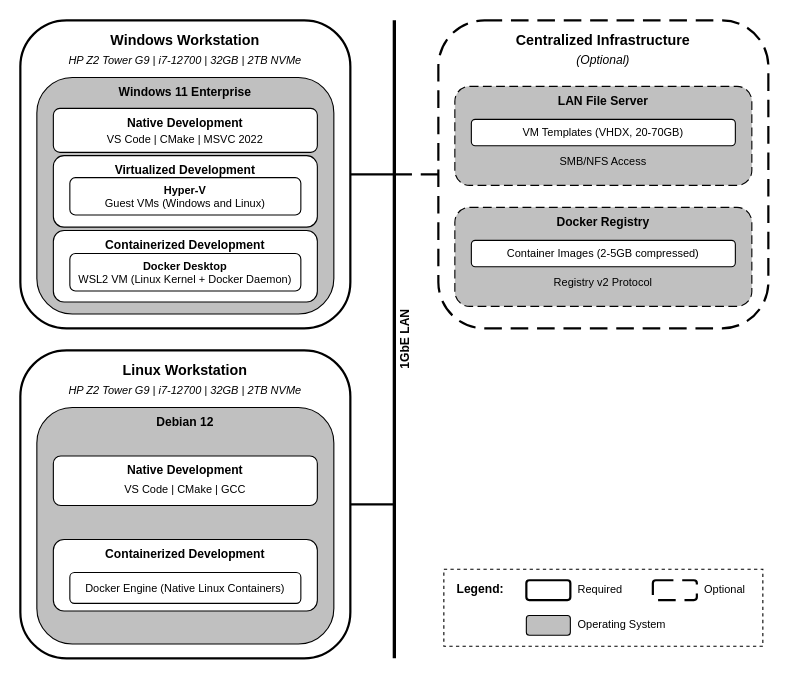
andygruber/master-thesis-mcce keeps this draw.io diagram as figures/physical-architecture.drawio. Above is the earlier version. Source tidied: cells renumbered, new cells numbered last; positions are measured from the earlier drawing's top-left corner, leaving out a move shared by most shapes. Both pictures are drawn from the tidied source at 110%, with x=0, y=0 at pixel (20, 20).
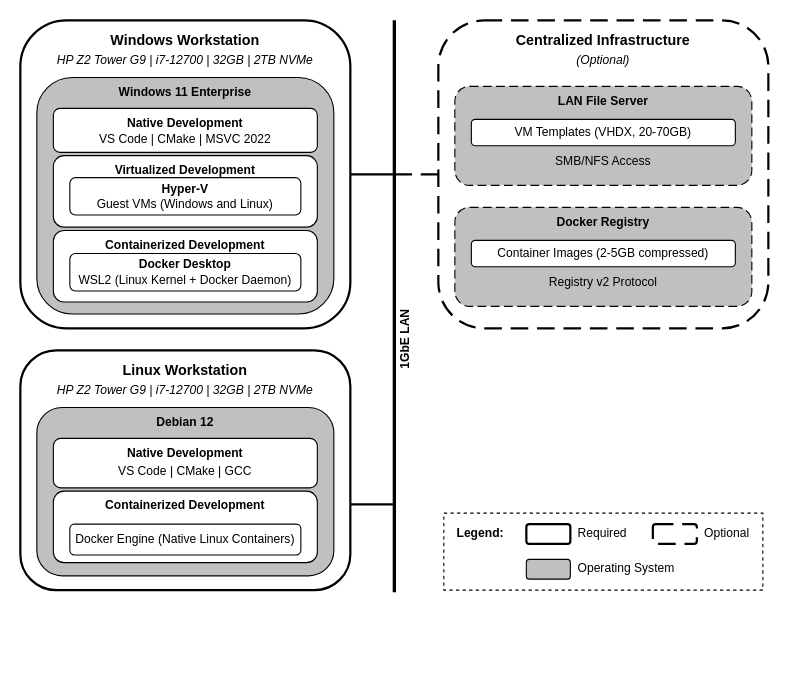
After the change.

Diff of the diagram source:
```diff
@@
-    <mxCell id="4" value="HP Z2 Tower G9 | i7-12700 | 32GB | 2TB NVMe" style="text;html=1;strokeColor=none;fillColor=none;align=center;verticalAlign=middle;whiteSpace=wrap;rounded=0;fontSize=10;fontStyle=2;" parent="1" vertex="1">
+    <mxCell id="4" value="HP Z2 Tower G9 | i7-12700 | 32GB | 2TB NVMe" style="text;html=1;strokeColor=none;fillColor=none;align=center;verticalAlign=middle;whiteSpace=wrap;rounded=0;fontSize=11;fontStyle=2;" parent="1" vertex="1">
       <mxGeometry y="28" width="300" height="16" as="geometry" />
     </mxCell>
@@
-    <mxCell id="7" value="VS Code | CMake | MSVC 2022" style="text;html=1;strokeColor=none;fillColor=none;align=center;verticalAlign=middle;whiteSpace=wrap;rounded=0;fontSize=10;" parent="1" vertex="1">
+    <mxCell id="7" value="VS Code | CMake | MSVC 2022" style="text;html=1;strokeColor=none;fillColor=none;align=center;verticalAlign=middle;whiteSpace=wrap;rounded=0;fontSize=11;" parent="1" vertex="1">
       <mxGeometry x="30" y="98" width="240" height="20" as="geometry" />
     </mxCell>
@@
-    <mxCell id="9" value="&lt;div&gt;&lt;span style=&quot;font-weight: 700;&quot;&gt;Docker Desktop&lt;/span&gt;&lt;/div&gt;WSL2 VM (Linux Kernel + Docker Daemon)" style="rounded=1;whiteSpace=wrap;html=1;fillColor=#FFFFFF;strokeColor=#000000;fontSize=10;" parent="1" vertex="1">
+    <mxCell id="9" value="&lt;div&gt;&lt;span style=&quot;font-weight: 700;&quot;&gt;Docker Desktop&lt;/span&gt;&lt;/div&gt;WSL2 (Linux Kernel + Docker Daemon)" style="rounded=1;whiteSpace=wrap;html=1;fillColor=#FFFFFF;strokeColor=#000000;fontSize=11;" parent="1" vertex="1">
       <mxGeometry x="45" y="212" width="210" height="34" as="geometry" />
     </mxCell>
     <mxCell id="10" style="rounded=1;whiteSpace=wrap;html=1;fillColor=#FFFFFF;strokeColor=#000000;strokeWidth=2;" parent="1" vertex="1">
-      <mxGeometry y="300" width="300" height="280" as="geometry" />
+      <mxGeometry y="300" width="300" height="218" as="geometry" />
     </mxCell>
@@
-    <mxCell id="12" value="HP Z2 Tower G9 | i7-12700 | 32GB | 2TB NVMe" style="text;html=1;strokeColor=none;fillColor=none;align=center;verticalAlign=middle;whiteSpace=wrap;rounded=0;fontSize=10;fontStyle=2;" parent="1" vertex="1">
+    <mxCell id="12" value="HP Z2 Tower G9 | i7-12700 | 32GB | 2TB NVMe" style="text;html=1;strokeColor=none;fillColor=none;align=center;verticalAlign=middle;whiteSpace=wrap;rounded=0;fontSize=11;fontStyle=2;" parent="1" vertex="1">
       <mxGeometry y="328" width="300" height="16" as="geometry" />
     </mxCell>
     <mxCell id="13" value="Debian 12" style="rounded=1;whiteSpace=wrap;html=1;fillColor=#C0C0C0;strokeColor=#000000;fontSize=11;fontStyle=1;verticalAlign=top;align=center;" parent="1" vertex="1">
-      <mxGeometry x="15" y="352" width="270" height="215" as="geometry" />
+      <mxGeometry x="15" y="352" width="270" height="153" as="geometry" />
     </mxCell>
     <mxCell id="14" value="Native Development" style="rounded=1;whiteSpace=wrap;html=1;fillColor=#FFFFFF;strokeColor=#000000;fontSize=11;fontStyle=1;verticalAlign=top;align=center;" parent="1" vertex="1">
-      <mxGeometry x="30" y="396" width="240" height="45" as="geometry" />
+      <mxGeometry x="30" y="380" width="240" height="45" as="geometry" />
     </mxCell>
-    <mxCell id="15" value="VS Code | CMake | GCC" style="text;html=1;strokeColor=none;fillColor=none;align=center;verticalAlign=middle;whiteSpace=wrap;rounded=0;fontSize=10;" parent="1" vertex="1">
-      <mxGeometry x="30" y="416" width="240" height="20" as="geometry" />
+    <mxCell id="15" value="VS Code | CMake | GCC" style="text;html=1;strokeColor=none;fillColor=none;align=center;verticalAlign=middle;whiteSpace=wrap;rounded=0;fontSize=11;" parent="1" vertex="1">
+      <mxGeometry x="30" y="400" width="240" height="20" as="geometry" />
     </mxCell>
     <mxCell id="16" value="Containerized Development" style="rounded=1;whiteSpace=wrap;html=1;fillColor=#FFFFFF;strokeColor=#000000;fontSize=11;fontStyle=1;verticalAlign=top;align=center;" parent="1" vertex="1">
-      <mxGeometry x="30" y="472" width="240" height="65" as="geometry" />
+      <mxGeometry x="30" y="428" width="240" height="65" as="geometry" />
     </mxCell>
-    <mxCell id="17" value="Docker Engine (Native Linux Containers)" style="rounded=1;whiteSpace=wrap;html=1;fillColor=#FFFFFF;strokeColor=#000000;fontSize=10;" parent="1" vertex="1">
-      <mxGeometry x="45" y="502" width="210" height="28" as="geometry" />
+    <mxCell id="17" value="Docker Engine (Native Linux Containers)" style="rounded=1;whiteSpace=wrap;html=1;fillColor=#FFFFFF;strokeColor=#000000;fontSize=11;" parent="1" vertex="1">
+      <mxGeometry x="45" y="458" width="210" height="28" as="geometry" />
     </mxCell>
@@
-    <mxCell id="22" value="VM Templates (VHDX, 20-70GB)" style="rounded=1;whiteSpace=wrap;html=1;fillColor=#FFFFFF;strokeColor=#000000;fontSize=10;" parent="1" vertex="1">
+    <mxCell id="22" value="VM Templates (VHDX, 20-70GB)" style="rounded=1;whiteSpace=wrap;html=1;fillColor=#FFFFFF;strokeColor=#000000;fontSize=11;" parent="1" vertex="1">
       <mxGeometry x="410" y="90" width="240" height="24" as="geometry" />
     </mxCell>
-    <mxCell id="23" value="SMB/NFS Access" style="text;html=1;strokeColor=none;fillColor=none;align=center;verticalAlign=middle;whiteSpace=wrap;rounded=0;fontSize=10;" parent="1" vertex="1">
+    <mxCell id="23" value="SMB/NFS Access" style="text;html=1;strokeColor=none;fillColor=none;align=center;verticalAlign=middle;whiteSpace=wrap;rounded=0;fontSize=11;" parent="1" vertex="1">
       <mxGeometry x="410" y="118" width="240" height="20" as="geometry" />
     </mxCell>
@@
-    <mxCell id="25" value="Container Images (2-5GB compressed)" style="rounded=1;whiteSpace=wrap;html=1;fillColor=#FFFFFF;strokeColor=#000000;fontSize=10;" parent="1" vertex="1">
+    <mxCell id="25" value="Container Images (2-5GB compressed)" style="rounded=1;whiteSpace=wrap;html=1;fillColor=#FFFFFF;strokeColor=#000000;fontSize=11;" parent="1" vertex="1">
       <mxGeometry x="410" y="200" width="240" height="24" as="geometry" />
     </mxCell>
-    <mxCell id="26" value="Registry v2 Protocol" style="text;html=1;strokeColor=none;fillColor=none;align=center;verticalAlign=middle;whiteSpace=wrap;rounded=0;fontSize=10;" parent="1" vertex="1">
+    <mxCell id="26" value="Registry v2 Protocol" style="text;html=1;strokeColor=none;fillColor=none;align=center;verticalAlign=middle;whiteSpace=wrap;rounded=0;fontSize=11;" parent="1" vertex="1">
       <mxGeometry x="410" y="228" width="240" height="20" as="geometry" />
     </mxCell>
     <mxCell id="27" style="endArrow=none;html=1;strokeWidth=3;strokeColor=#000000;" parent="1" edge="1">
       <mxGeometry relative="1" as="geometry">
-        <mxPoint x="340" y="580" as="sourcePoint" />
+        <mxPoint x="340" y="520" as="sourcePoint" />
         <mxPoint x="340" as="targetPoint" />
       </mxGeometry>
     </mxCell>
@@
     <mxCell id="32" style="rounded=0;whiteSpace=wrap;html=1;fillColor=none;strokeColor=#000000;dashed=1;" parent="1" vertex="1">
-      <mxGeometry x="385" y="499" width="290" height="70" as="geometry" />
+      <mxGeometry x="385" y="448" width="290" height="70" as="geometry" />
     </mxCell>
     <mxCell id="33" value="Legend:" style="text;html=1;strokeColor=none;fillColor=none;align=left;verticalAlign=middle;whiteSpace=wrap;rounded=0;fontSize=11;fontStyle=1;" parent="1" vertex="1">
-      <mxGeometry x="395" y="507" width="55" height="20" as="geometry" />
+      <mxGeometry x="395" y="456" width="55" height="20" as="geometry" />
     </mxCell>
     <mxCell id="34" style="rounded=1;whiteSpace=wrap;html=1;fillColor=#FFFFFF;strokeColor=#000000;strokeWidth=2;" parent="1" vertex="1">
-      <mxGeometry x="460" y="509" width="40" height="18" as="geometry" />
+      <mxGeometry x="460" y="458" width="40" height="18" as="geometry" />
     </mxCell>
-    <mxCell id="35" value="Required" style="text;html=1;strokeColor=none;fillColor=none;align=left;verticalAlign=middle;whiteSpace=wrap;rounded=0;fontSize=10;" parent="1" vertex="1">
-      <mxGeometry x="505" y="507" width="55" height="20" as="geometry" />
+    <mxCell id="35" value="Required" style="text;html=1;strokeColor=none;fillColor=none;align=left;verticalAlign=middle;whiteSpace=wrap;rounded=0;fontSize=11;" parent="1" vertex="1">
+      <mxGeometry x="505" y="456" width="55" height="20" as="geometry" />
     </mxCell>
     <mxCell id="36" style="rounded=1;whiteSpace=wrap;html=1;fillColor=#FFFFFF;strokeColor=#000000;strokeWidth=2;dashed=1;dashPattern=8 4;" parent="1" vertex="1">
-      <mxGeometry x="575" y="509" width="40" height="18" as="geometry" />
+      <mxGeometry x="575" y="458" width="40" height="18" as="geometry" />
     </mxCell>
-    <mxCell id="37" value="Optional" style="text;html=1;strokeColor=none;fillColor=none;align=left;verticalAlign=middle;whiteSpace=wrap;rounded=0;fontSize=10;" parent="1" vertex="1">
-      <mxGeometry x="620" y="507" width="55" height="20" as="geometry" />
+    <mxCell id="37" value="Optional" style="text;html=1;strokeColor=none;fillColor=none;align=left;verticalAlign=middle;whiteSpace=wrap;rounded=0;fontSize=11;" parent="1" vertex="1">
+      <mxGeometry x="620" y="456" width="55" height="20" as="geometry" />
     </mxCell>
     <mxCell id="38" style="rounded=1;whiteSpace=wrap;html=1;fillColor=#C0C0C0;strokeColor=#000000;" parent="1" vertex="1">
-      <mxGeometry x="460" y="541" width="40" height="18" as="geometry" />
+      <mxGeometry x="460" y="490" width="40" height="18" as="geometry" />
     </mxCell>
-    <mxCell id="39" value="Operating System" style="text;html=1;strokeColor=none;fillColor=none;align=left;verticalAlign=middle;whiteSpace=wrap;rounded=0;fontSize=10;" parent="1" vertex="1">
-      <mxGeometry x="505" y="539" width="100" height="20" as="geometry" />
+    <mxCell id="39" value="Operating System" style="text;html=1;strokeColor=none;fillColor=none;align=left;verticalAlign=middle;whiteSpace=wrap;rounded=0;fontSize=11;" parent="1" vertex="1">
+      <mxGeometry x="505" y="488" width="100" height="20" as="geometry" />
     </mxCell>
@@
-    <mxCell id="41" value="&lt;div&gt;&lt;span style=&quot;font-weight: 700;&quot;&gt;Hyper-V&lt;/span&gt;&lt;/div&gt;Guest VMs (Windows and Linux)" style="rounded=1;whiteSpace=wrap;html=1;fillColor=#FFFFFF;strokeColor=#000000;fontSize=10;" parent="1" vertex="1">
+    <mxCell id="41" value="&lt;div&gt;&lt;span style=&quot;font-weight: 700;&quot;&gt;Hyper-V&lt;/span&gt;&lt;/div&gt;Guest VMs (Windows and Linux)" style="rounded=1;whiteSpace=wrap;html=1;fillColor=#FFFFFF;strokeColor=#000000;fontSize=11;" parent="1" vertex="1">
       <mxGeometry x="45" y="143" width="210" height="34" as="geometry" />
     </mxCell>
```
